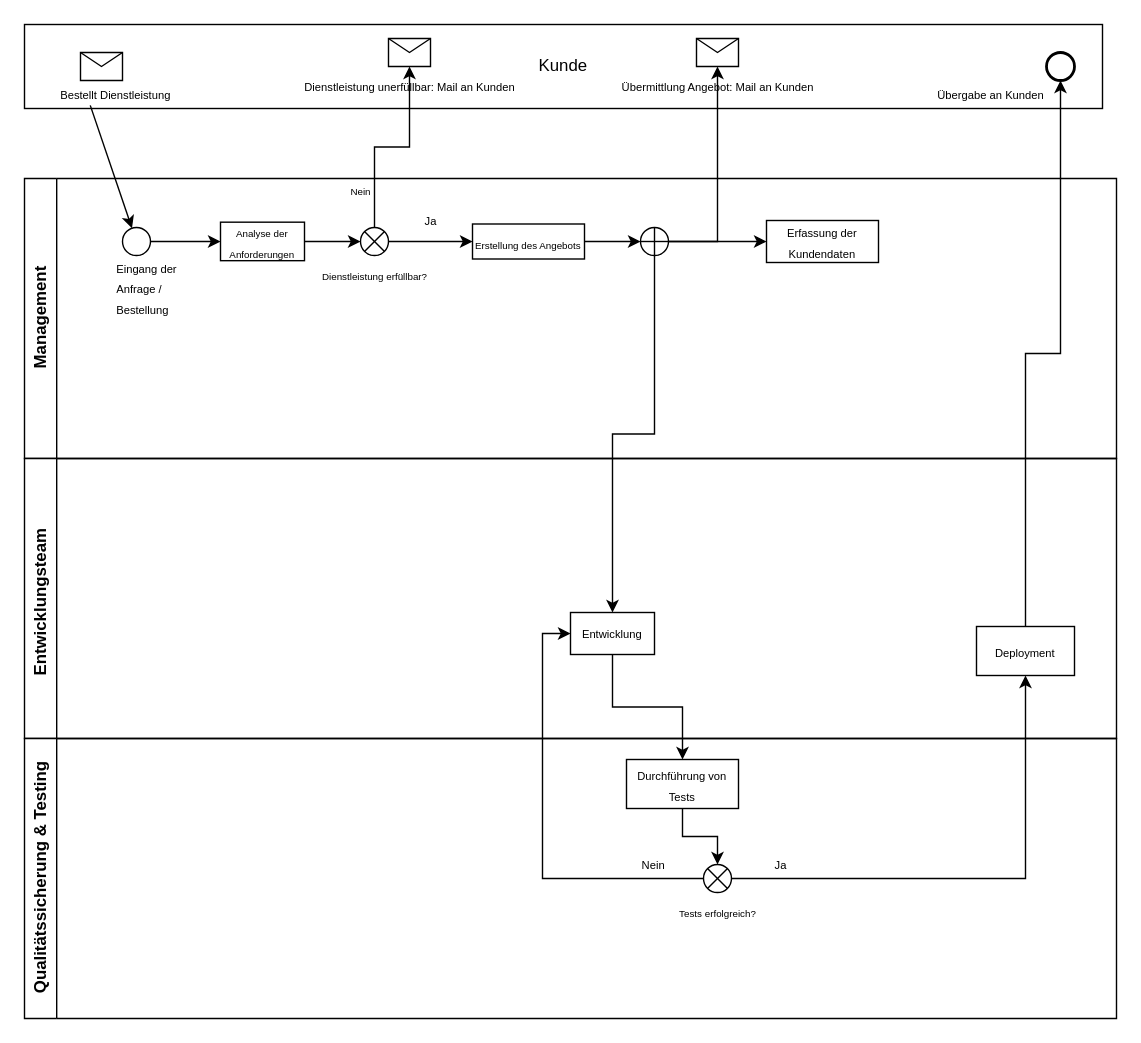
This is BPMN.drawio from 0xj0n1/Grundlagen-Wirtschaftsinformatik-Charts, a draw.io file, before an edit. Source tidied: cells renumbered, new cells numbered last; positions are measured from the earlier drawing's top-left corner, leaving out a move shared by most shapes. Both pictures are drawn from the tidied source at 140%, with x=0, y=0 at pixel (24, 24).
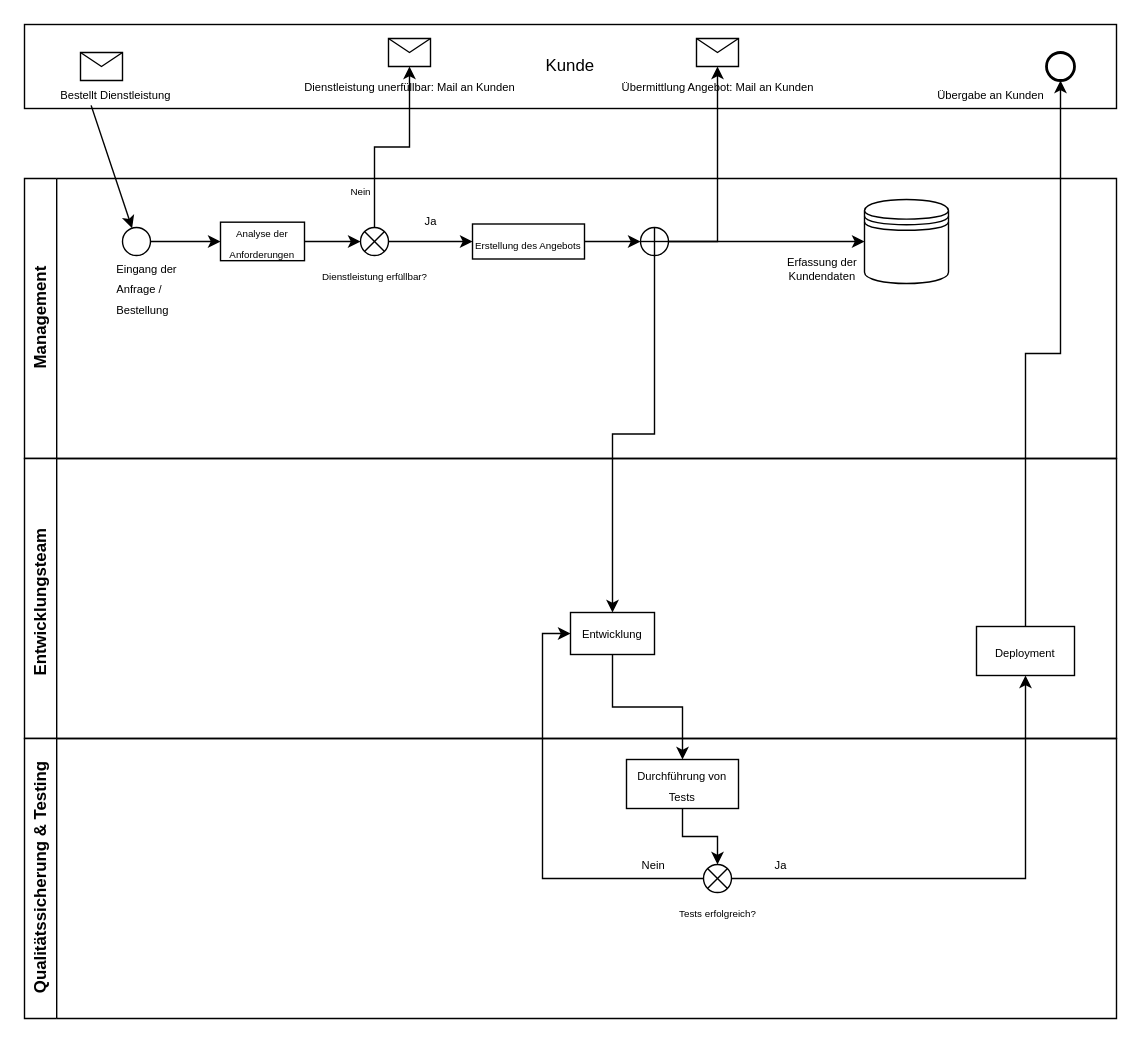
The same diagram, later.

Unchanged cells that the change refers to:
```xml
<mxCell id="2" value="Management " style="swimlane;horizontal=0;whiteSpace=wrap;html=1;startSize=23;" parent="1" vertex="1">
  <mxGeometry y="110" width="780" height="200" as="geometry" />
</mxCell>
<mxCell id="13" style="shape=orEllipse;perimeter=ellipsePerimeter;whiteSpace=wrap;html=1;backgroundOutline=1;" parent="2" vertex="1">
  <mxGeometry x="440" y="35" width="20" height="20" as="geometry" />
</mxCell>
```

The edit, as a diff of the source:
```diff
@@
-    <mxCell id="12" style="edgeStyle=orthogonalEdgeStyle;rounded=0;jettySize=auto;html=1;" parent="2" edge="1" source="13" target="14">
+    <mxCell id="12" style="edgeStyle=orthogonalEdgeStyle;rounded=0;jettySize=auto;html=1;entryX=0;entryY=0.5;entryDx=0;entryDy=0;" parent="2" edge="1" source="13" target="36">
       <mxGeometry relative="1" as="geometry" />
     </mxCell>
@@
-    <mxCell id="14" value="&lt;font style=&quot;font-size: 8px;&quot;&gt;Erfassung der Kundendaten&lt;/font&gt;" style="whiteSpace=wrap;html=1;" parent="2" vertex="1">
-      <mxGeometry x="530" y="30" width="80" height="30" as="geometry" />
+    <mxCell id="14" value="Erfassung der Kundendaten" style="whiteSpace=wrap;labelBorderColor=none;fontSize=8;strokeColor=none;" parent="2" vertex="1">
+      <mxGeometry x="530" y="50" width="80" height="30" as="geometry" />
     </mxCell>
+    <mxCell id="36" style="shape=datastore;whiteSpace=wrap;html=1;" parent="2" vertex="1">
+      <mxGeometry x="600" y="15" width="60" height="60" as="geometry" />
+    </mxCell>
@@
     <mxCell id="22" value="Kunde" style="rounded=0;whiteSpace=wrap;html=1;" parent="1" vertex="1">
-      <mxGeometry width="770" height="60" as="geometry" />
+      <mxGeometry width="780" height="60" as="geometry" />
     </mxCell>
```
